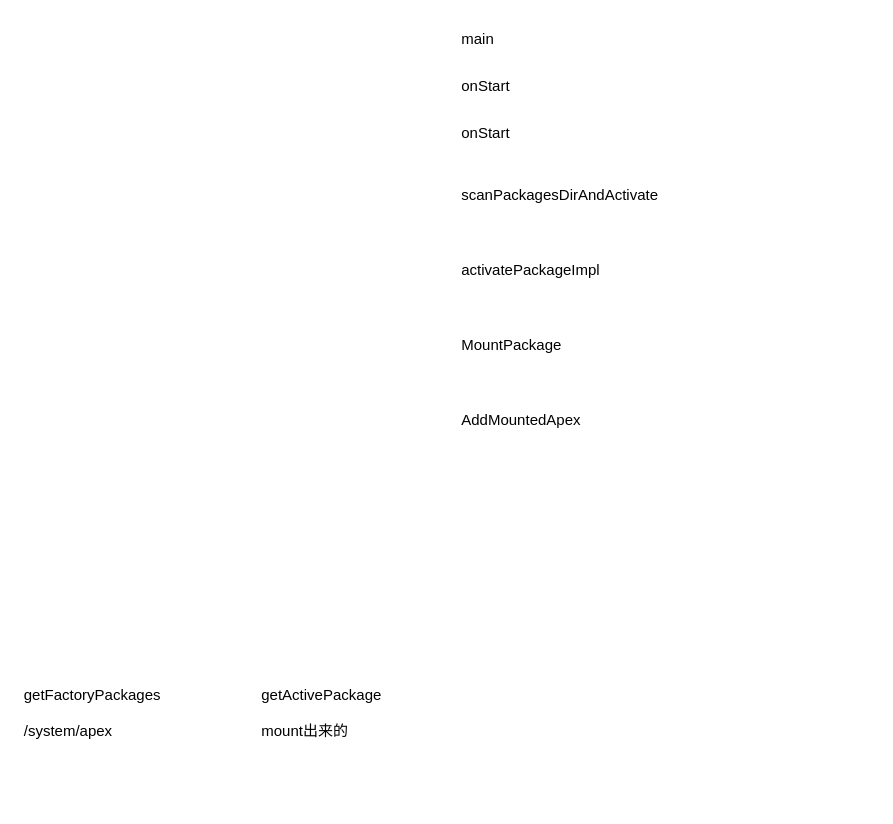
Before: page "APEXD" (4 of 4) of services/APEX/APEX.drawio in pengzhicai/myPicture, a draw.io diagram. Source tidied: cells renumbered, new cells numbered last; positions are measured from the earlier drawing's top-left corner, leaving out a move shared by most shapes. Both pictures are drawn from the tidied source at 125%, with x=0, y=0 at pixel (21, 21).
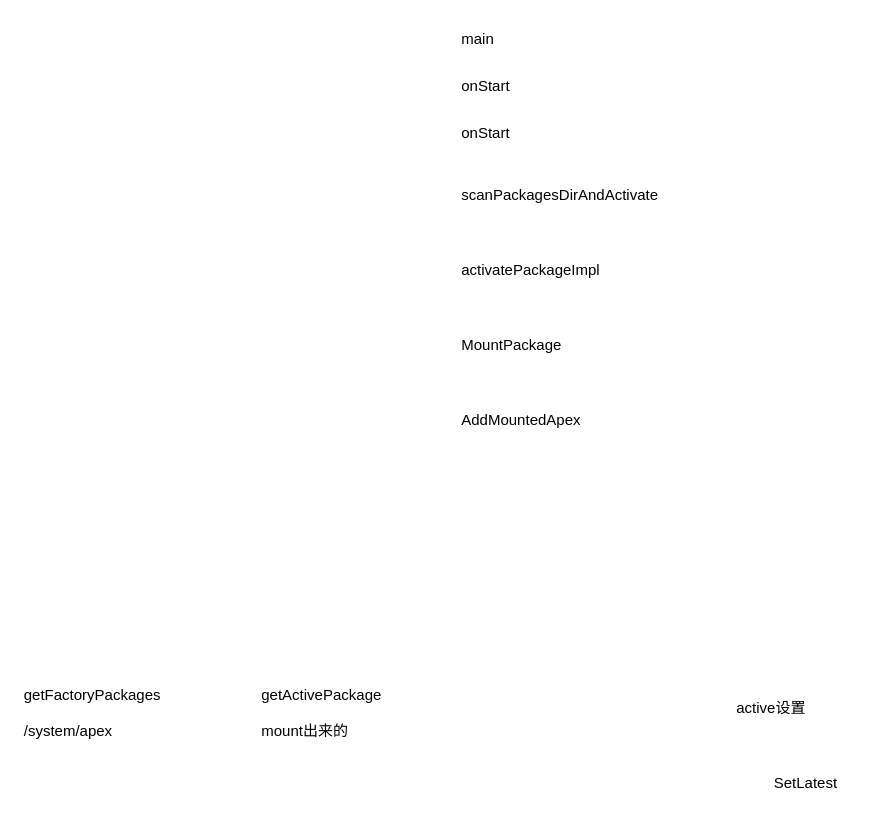
Above is the later version.

Change to the diagram source:
```diff
@@
 <mxGraphModel>
   <root>
     <mxCell id="0" />
     <mxCell id="1" parent="0" />
     <mxCell id="2" value="AddMountedApex" style="text;html=1;" parent="1" vertex="1">
       <mxGeometry x="350" y="305" width="120" height="30" as="geometry" />
     </mxCell>
     <mxCell id="3" value="MountPackage" style="text;html=1;" parent="1" vertex="1">
       <mxGeometry x="350" y="245" width="110" height="30" as="geometry" />
     </mxCell>
     <mxCell id="4" value="activatePackageImpl" style="text;html=1;" parent="1" vertex="1">
       <mxGeometry x="350" y="185" width="140" height="30" as="geometry" />
     </mxCell>
     <mxCell id="5" value="scanPackagesDirAndActivate" style="text;html=1;" parent="1" vertex="1">
       <mxGeometry x="350" y="125" width="180" height="30" as="geometry" />
     </mxCell>
     <mxCell id="6" value="onStart" style="text;html=1;" parent="1" vertex="1">
       <mxGeometry x="350" y="75" width="60" height="30" as="geometry" />
     </mxCell>
     <mxCell id="7" value="main" style="text;html=1;" parent="1" vertex="1">
       <mxGeometry x="350" width="50" height="30" as="geometry" />
     </mxCell>
     <mxCell id="8" value="onStart" style="text;html=1;" parent="1" vertex="1">
       <mxGeometry x="350" y="37.5" width="60" height="30" as="geometry" />
     </mxCell>
     <mxCell id="9" value="getFactoryPackages&lt;br&gt;&lt;br&gt;/system/apex" style="text;html=1;" parent="1" vertex="1">
       <mxGeometry y="525" width="130" height="30" as="geometry" />
     </mxCell>
     <mxCell id="10" value="getActivePackage&lt;br&gt;&lt;br&gt;mount出来的" style="text;html=1;" parent="1" vertex="1">
       <mxGeometry x="190" y="525" width="120" height="30" as="geometry" />
     </mxCell>
+    <mxCell id="11" value="SetLatest" style="text;html=1;" parent="1" vertex="1">
+      <mxGeometry x="600" y="595" width="80" height="30" as="geometry" />
+    </mxCell>
+    <mxCell id="12" value="active设置" style="text;html=1;" parent="1" vertex="1">
+      <mxGeometry x="570" y="535" width="60" height="30" as="geometry" />
+    </mxCell>
   </root>
 </mxGraphModel>
```
